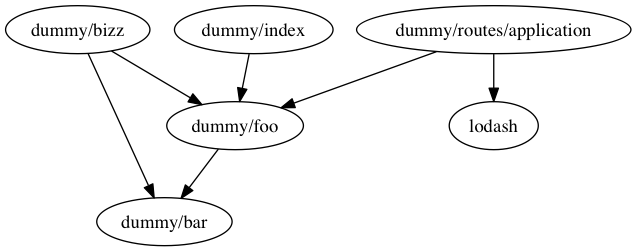
Before: graph.png, a diagram exported from Graphviz (chadhietala/fs-graph-diff). Its source is kept beside it as graph.0.dot. The source it was exported from:
```dot
strict digraph {
  "dummy/bar" [namespace=dummy,id="dummy/bar",inputPath="/Users/chietala/workspace/fs-graph/test/app/bar.ts",outputPath="/Users/chietala/workspace/fs-graph/tmp-dir/bar.ts",relativePath="bar.ts",ast="[object Object]",imports=""]
  "dummy/bizz" [namespace=dummy,id="dummy/bizz",inputPath="/Users/chietala/workspace/fs-graph/test/app/bizz.ts",outputPath="/Users/chietala/workspace/fs-graph/tmp-dir/bizz.ts",relativePath="bizz.ts",ast="[object Object]",imports="dummy/bar,dummy/foo"]
  "dummy/foo" [namespace=dummy,id="dummy/foo",inputPath="/Users/chietala/workspace/fs-graph/test/app/foo.ts",outputPath="/Users/chietala/workspace/fs-graph/tmp-dir/foo.ts",relativePath="foo.ts",ast="[object Object]",imports="dummy/bar"]
  "dummy/index" [namespace=dummy,id="dummy/index",inputPath="/Users/chietala/workspace/fs-graph/test/app/index.ts",outputPath="/Users/chietala/workspace/fs-graph/tmp-dir/index.ts",relativePath="index.ts",ast="[object Object]",imports="dummy/foo"]
  "dummy/routes/application" [namespace=dummy,id="dummy/routes/application",inputPath="/Users/chietala/workspace/fs-graph/test/app/routes/application.ts",outputPath="/Users/chietala/workspace/fs-graph/tmp-dir/routes/application.ts",relativePath="routes/application.ts",ast="[object Object]",imports="dummy/foo,lodash"]
  lodash
  "dummy/bizz" -> "dummy/bar"
  "dummy/bizz" -> "dummy/foo"
  "dummy/foo" -> "dummy/bar"
  "dummy/index" -> "dummy/foo"
  "dummy/routes/application" -> "dummy/foo"
  "dummy/routes/application" -> lodash
}
```
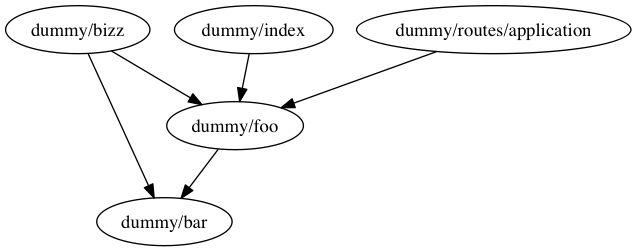
Above is the later version.

Diff of the diagram source:
```diff
@@ -1,14 +1,12 @@
 strict digraph {
-  "dummy/bar" [namespace=dummy,id="dummy/bar",inputPath="/Users/chietala/workspace/fs-graph/test/app/bar.ts",outputPath="/Users/chietala/workspace/fs-graph/tmp-dir/bar.ts",relativePath="bar.ts",ast="[object Object]",imports=""]
-  "dummy/bizz" [namespace=dummy,id="dummy/bizz",inputPath="/Users/chietala/workspace/fs-graph/test/app/bizz.ts",outputPath="/Users/chietala/workspace/fs-graph/tmp-dir/bizz.ts",relativePath="bizz.ts",ast="[object Object]",imports="dummy/bar,dummy/foo"]
-  "dummy/foo" [namespace=dummy,id="dummy/foo",inputPath="/Users/chietala/workspace/fs-graph/test/app/foo.ts",outputPath="/Users/chietala/workspace/fs-graph/tmp-dir/foo.ts",relativePath="foo.ts",ast="[object Object]",imports="dummy/bar"]
-  "dummy/index" [namespace=dummy,id="dummy/index",inputPath="/Users/chietala/workspace/fs-graph/test/app/index.ts",outputPath="/Users/chietala/workspace/fs-graph/tmp-dir/index.ts",relativePath="index.ts",ast="[object Object]",imports="dummy/foo"]
-  "dummy/routes/application" [namespace=dummy,id="dummy/routes/application",inputPath="/Users/chietala/workspace/fs-graph/test/app/routes/application.ts",outputPath="/Users/chietala/workspace/fs-graph/tmp-dir/routes/application.ts",relativePath="routes/application.ts",ast="[object Object]",imports="dummy/foo,lodash"]
-  lodash
+  "dummy/bar" [id="dummy/bar",outputPath="/Users/chietala/workspace/fs-graph/tmp-dir/dummy/bar.ts",ast="[object Object]",imports="",relativePath="dummy/bar.ts"]
+  "dummy/bizz" [id="dummy/bizz",outputPath="/Users/chietala/workspace/fs-graph/tmp-dir/dummy/bizz.ts",ast="[object Object]",imports="dummy/bar,dummy/foo",relativePath="dummy/bizz.ts"]
+  "dummy/foo" [id="dummy/foo",outputPath="/Users/chietala/workspace/fs-graph/tmp-dir/dummy/foo.ts",ast="[object Object]",imports="dummy/bar",relativePath="dummy/foo"]
+  "dummy/index" [id="dummy/index",outputPath="/Users/chietala/workspace/fs-graph/tmp-dir/dummy/index.ts",ast="[object Object]",imports="dummy/foo",relativePath="dummy/index.ts"]
+  "dummy/routes/application" [id="dummy/routes/application",outputPath="/Users/chietala/workspace/fs-graph/tmp-dir/dummy/routes/application.ts",ast="[object Object]",imports="dummy/foo",relativePath="dummy/routes/application.ts"]
   "dummy/bizz" -> "dummy/bar"
   "dummy/bizz" -> "dummy/foo"
   "dummy/foo" -> "dummy/bar"
   "dummy/index" -> "dummy/foo"
   "dummy/routes/application" -> "dummy/foo"
-  "dummy/routes/application" -> lodash
 }
```
